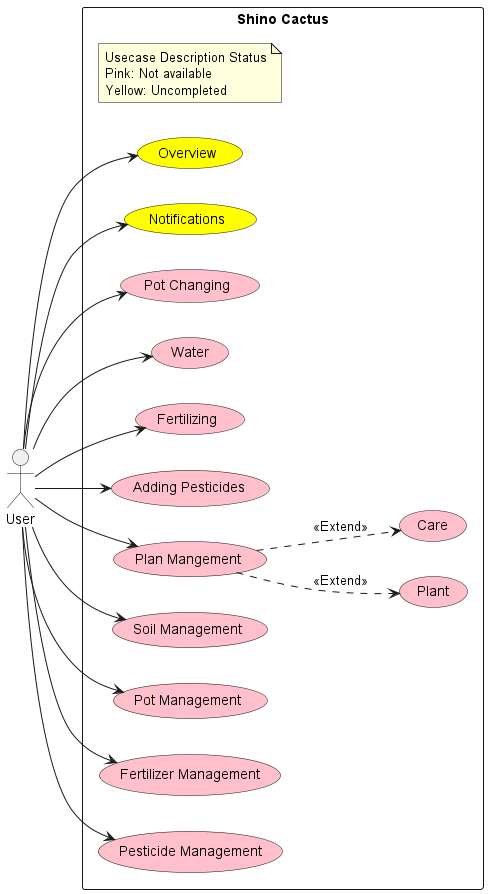
This is out/UML/Concept/Usecase.png from Shinodari/CactusMan-Analysis, a PlantUML export, as it was before one commit.
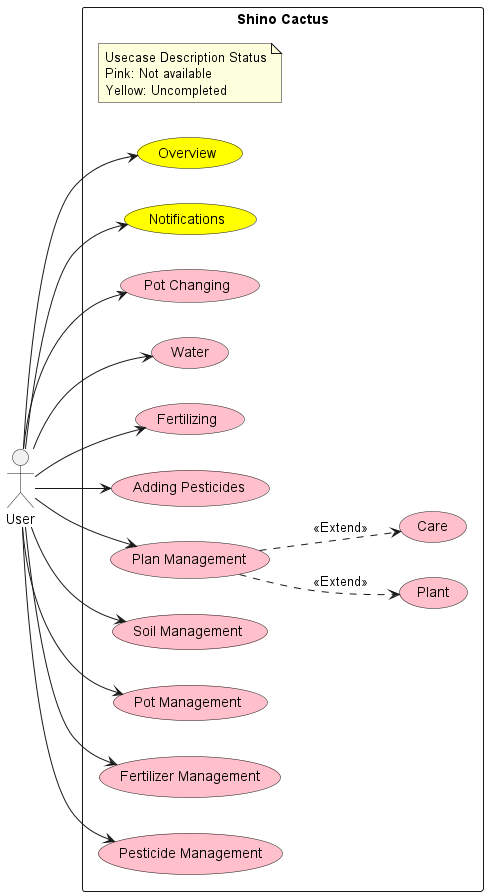
The same diagram one commit later.

Commit message:
fix(usecase): word wrong Plan Mangement to Plan Management

The edit, as a diff of the source:
```diff
@@ -10,7 +10,7 @@
     usecase Water #pink
     usecase Fertilizing #pink
     usecase "Adding Pesticides" as APesticides #pink
-    usecase "Plan Mangement" as PlanM #pink
+    usecase "Plan Management" as PlanM #pink
     usecase Plant #pink
     usecase Care #pink
     usecase "Soil Management" as SoilM #pink
```
